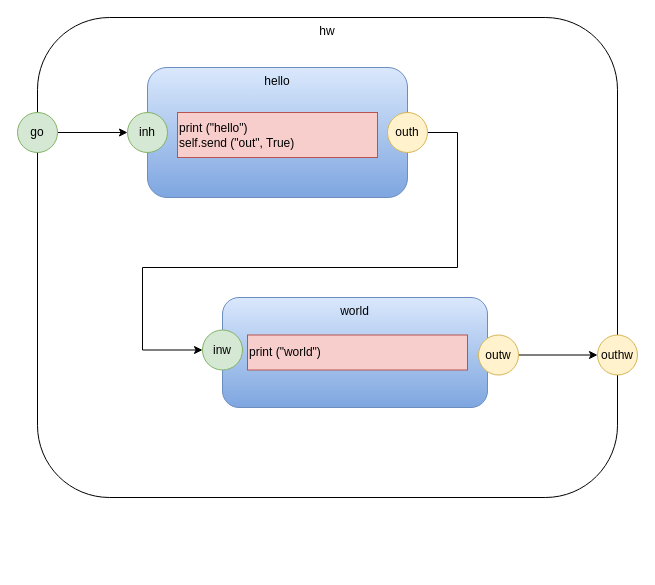
Above: hwhw.drawio in guitarvydas/das (draw.io), before the change. Source tidied: cells renumbered, new cells numbered last; positions are measured from the earlier drawing's top-left corner, leaving out a move shared by most shapes. Both pictures are drawn from the tidied source at 100%, with x=0, y=0 at pixel (17, 17).
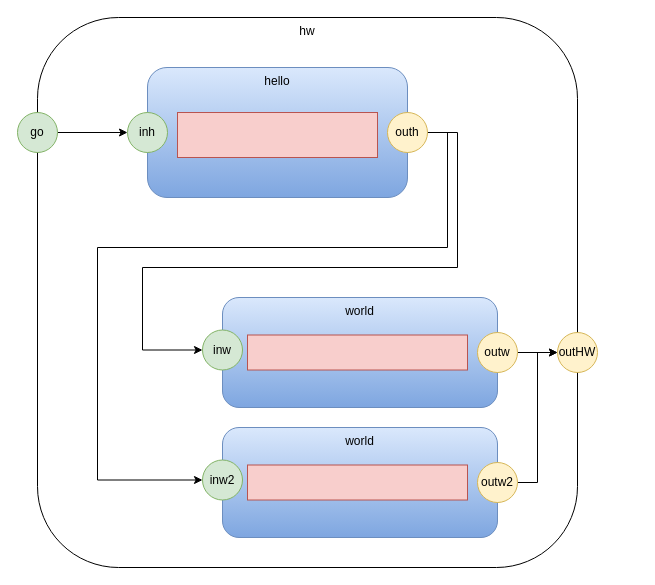
The same page after the edit.

Unchanged cells that the change refers to:
```xml
<mxCell id="6" value="outh" style="ellipse;whiteSpace=wrap;html=1;fillColor=#fff2cc;strokeColor=#d6b656;" parent="1" vertex="1">
  <mxGeometry x="370" y="95" width="40" height="40" as="geometry" />
</mxCell>
```

The edit, as a diff of the source:
```diff
@@
     <mxCell id="2" value="hw" style="rounded=1;whiteSpace=wrap;html=1;verticalAlign=top;" parent="1" vertex="1">
-      <mxGeometry x="20" width="580" height="480" as="geometry" />
+      <mxGeometry x="20" width="540" height="550" as="geometry" />
     </mxCell>
@@
-    <mxCell id="4" value="print (&quot;hello&quot;)&lt;br&gt;self.send (&quot;out&quot;, True)&lt;br&gt;&lt;div&gt;&lt;/div&gt;" style="rounded=0;whiteSpace=wrap;html=1;fillColor=#f8cecc;strokeColor=#b85450;align=left;" parent="1" vertex="1">
+    <mxCell id="4" value="&lt;br&gt;&lt;div&gt;&lt;/div&gt;" style="rounded=0;whiteSpace=wrap;html=1;fillColor=#f8cecc;strokeColor=#b85450;align=left;" parent="1" vertex="1">
       <mxGeometry x="160" y="95" width="200" height="45" as="geometry" />
     </mxCell>
@@
+    <mxCell id="16" style="edgeStyle=orthogonalEdgeStyle;rounded=0;jettySize=auto;html=1;exitX=1;exitY=0.5;exitDx=0;exitDy=0;entryX=0;entryY=0.5;entryDx=0;entryDy=0;" parent="1" edge="1" source="6" target="20">
+      <mxGeometry relative="1" as="geometry">
+        <Array as="points">
+          <mxPoint x="430" y="115" />
+          <mxPoint x="430" y="230" />
+          <mxPoint x="80" y="230" />
+          <mxPoint x="80" y="463" />
+        </Array>
+      </mxGeometry>
+    </mxCell>
@@
     <mxCell id="7" value="world" style="rounded=1;whiteSpace=wrap;html=1;gradientColor=#7ea6e0;fillColor=#dae8fc;strokeColor=#6c8ebf;verticalAlign=top;" parent="1" vertex="1">
-      <mxGeometry x="205" y="280" width="265" height="110" as="geometry" />
+      <mxGeometry x="205" y="280" width="275" height="110" as="geometry" />
     </mxCell>
@@
-    <mxCell id="9" value="print (&quot;world&quot;)&lt;br&gt;&lt;div&gt;&lt;/div&gt;" style="rounded=0;whiteSpace=wrap;html=1;fillColor=#f8cecc;strokeColor=#b85450;align=left;" parent="1" vertex="1">
+    <mxCell id="9" value="&lt;br&gt;&lt;div&gt;&lt;/div&gt;" style="rounded=0;whiteSpace=wrap;html=1;fillColor=#f8cecc;strokeColor=#b85450;align=left;" parent="1" vertex="1">
       <mxGeometry x="230" y="317.5" width="220" height="35" as="geometry" />
     </mxCell>
@@
-    <mxCell id="13" style="edgeStyle=orthogonalEdgeStyle;rounded=0;jettySize=auto;html=1;exitX=1;exitY=0.5;exitDx=0;exitDy=0;entryX=0;entryY=0.5;entryDx=0;entryDy=0;" parent="1" edge="1" source="14" target="15">
-      <mxGeometry relative="1" as="geometry" />
-    </mxCell>
+    <mxCell id="17" style="edgeStyle=orthogonalEdgeStyle;rounded=0;jettySize=auto;html=1;exitX=1;exitY=0.5;exitDx=0;exitDy=0;entryX=0;entryY=0.5;entryDx=0;entryDy=0;" parent="1" edge="1" source="14" target="18">
+      <mxGeometry relative="1" as="geometry" />
+    </mxCell>
     <mxCell id="14" value="outw" style="ellipse;whiteSpace=wrap;html=1;fillColor=#fff2cc;strokeColor=#d6b656;" parent="1" vertex="1">
-      <mxGeometry x="461" y="317.5" width="40" height="40" as="geometry" />
+      <mxGeometry x="460" y="315" width="40" height="40" as="geometry" />
     </mxCell>
-    <mxCell id="15" value="outhw" style="ellipse;whiteSpace=wrap;html=1;fillColor=#fff2cc;strokeColor=#d6b656;" parent="1" vertex="1">
-      <mxGeometry x="580" y="317.5" width="40" height="40" as="geometry" />
-    </mxCell>
+    <mxCell id="18" value="outHW" style="ellipse;whiteSpace=wrap;html=1;fillColor=#fff2cc;strokeColor=#d6b656;" parent="1" vertex="1">
+      <mxGeometry x="540" y="315" width="40" height="40" as="geometry" />
+    </mxCell>
+    <mxCell id="19" value="world" style="rounded=1;whiteSpace=wrap;html=1;gradientColor=#7ea6e0;fillColor=#dae8fc;strokeColor=#6c8ebf;verticalAlign=top;" parent="1" vertex="1">
+      <mxGeometry x="205" y="410" width="275" height="110" as="geometry" />
+    </mxCell>
+    <mxCell id="20" value="inw2" style="ellipse;whiteSpace=wrap;html=1;fillColor=#d5e8d4;strokeColor=#82b366;" parent="1" vertex="1">
+      <mxGeometry x="185" y="442.5" width="40" height="40" as="geometry" />
+    </mxCell>
+    <mxCell id="21" value="&lt;br&gt;&lt;div&gt;&lt;/div&gt;" style="rounded=0;whiteSpace=wrap;html=1;fillColor=#f8cecc;strokeColor=#b85450;align=left;" parent="1" vertex="1">
+      <mxGeometry x="230" y="447.5" width="220" height="35" as="geometry" />
+    </mxCell>
+    <mxCell id="22" style="edgeStyle=orthogonalEdgeStyle;rounded=0;jettySize=auto;html=1;exitX=1;exitY=0.5;exitDx=0;exitDy=0;entryX=0;entryY=0.5;entryDx=0;entryDy=0;" parent="1" edge="1" source="23" target="18">
+      <mxGeometry relative="1" as="geometry" />
+    </mxCell>
+    <mxCell id="23" value="outw2" style="ellipse;whiteSpace=wrap;html=1;fillColor=#fff2cc;strokeColor=#d6b656;" parent="1" vertex="1">
+      <mxGeometry x="460" y="445" width="40" height="40" as="geometry" />
+    </mxCell>
```
